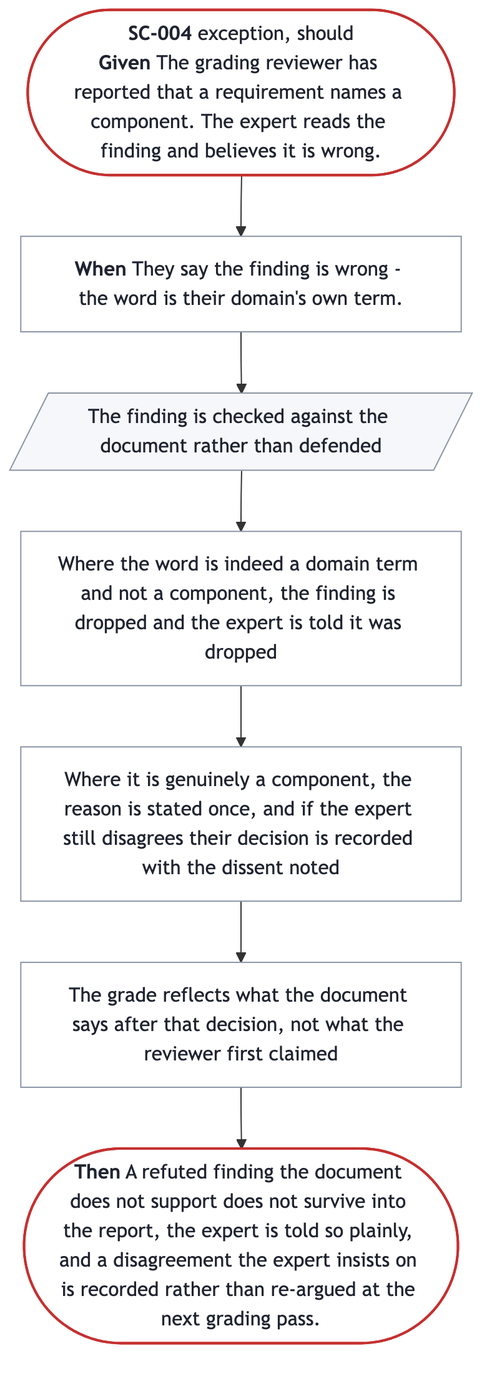
SpillwaveSolutions/prd-forge keeps this Mermaid diagram as docs/prd/prd-forge/diagrams/SC-004.png. Above is the earlier version. Its source is kept beside it as docs/prd/prd-forge/diagrams/SC-004.mmd.
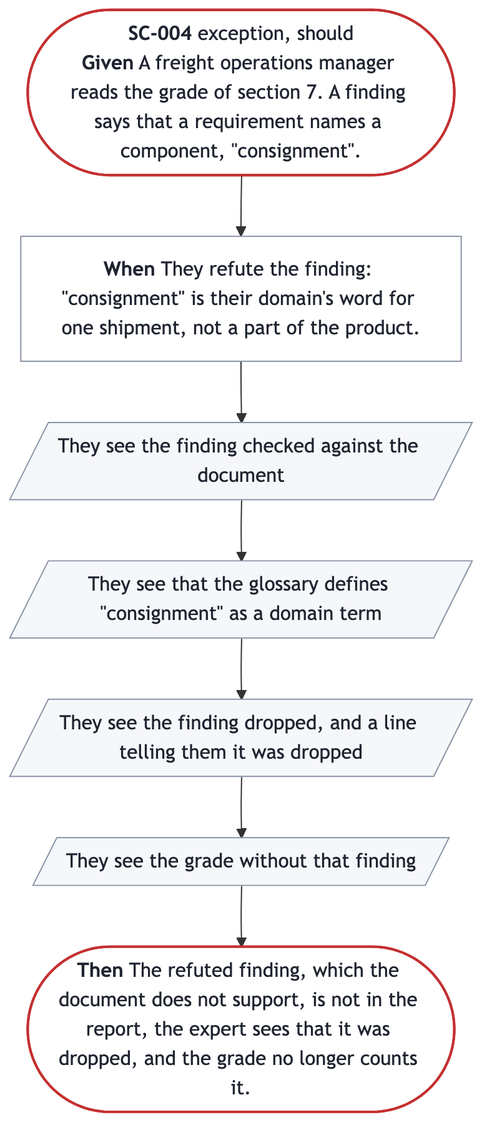
After the change.

What changed in the source:
```diff
@@ -1,19 +1,19 @@
 %%{init: {"flowchart": {"wrappingWidth": 300}}}%%
 flowchart TB
-  start(["<b>SC-004</b> exception, should<br/><b>Given</b> The grading reviewer has reported that a requirement names a component. The expert reads the finding and believes it is wrong."])
-  trigger["<b>When</b> They say the finding is wrong - the word is their domain's own term."]
-  s0[/"The finding is checked against the document rather than defended"/]
-  s1["Where the word is indeed a domain term and not a component, the finding is dropped and the expert is told it was dropped"]
-  s2["Where it is genuinely a component, the reason is stated once, and if the expert still disagrees their decision is recorded with the dissent noted"]
-  s3["The grade reflects what the document says after that decision, not what the reviewer first claimed"]
-  done(["<b>Then</b> A refuted finding the document does not support does not survive into the report, the expert is told so plainly, and a disagreement the expert insists on is recorded rather than re-argued at the next grading pass."])
+  start(["<b>SC-004</b> exception, should<br/><b>Given</b> A freight operations manager reads the grade of section 7. A finding says that a requirement names a component, #quot;consignment#quot;."])
+  trigger["<b>When</b> They refute the finding: #quot;consignment#quot; is their domain's word for one shipment, not a part of the product."]
+  s0[/"They see the finding checked against the document"/]
+  s1[/"They see that the glossary defines #quot;consignment#quot; as a domain term"/]
+  s2[/"They see the finding dropped, and a line telling them it was dropped"/]
+  s3[/"They see the grade without that finding"/]
+  done(["<b>Then</b> The refuted finding, which the document does not support, is not in the report, the expert sees that it was dropped, and the grade no longer counts it."])
   start --> trigger --> s0 --> s1 --> s2 --> s3 --> done
   classDef ends fill:#FFFFFF,stroke:#C53030,stroke-width:2px,color:#1F2430
   classDef sees fill:#F5F7FA,stroke:#8A94A6,color:#1F2430
   classDef does fill:#FFFFFF,stroke:#8A94A6,color:#1F2430
   class start,done ends
   class s0 sees
-  class s1 does
-  class s2 does
-  class s3 does
+  class s1 sees
+  class s2 sees
+  class s3 sees
   class trigger does
```
